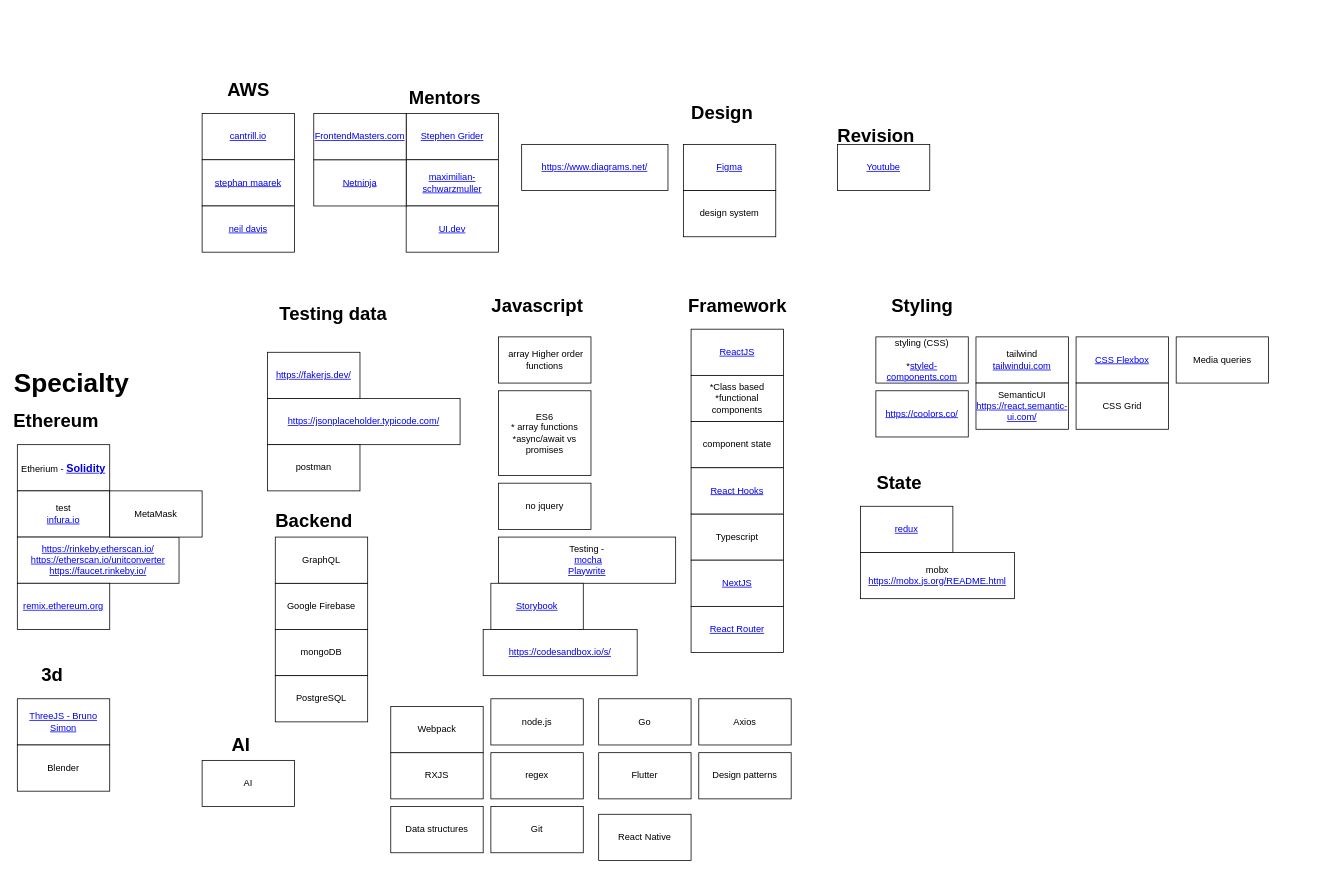
Before: techstack.drawio in swagfinger/swagfinger-diagrams, a draw.io diagram. Source tidied: cells renumbered, new cells numbered last; positions are measured from the earlier drawing's top-left corner, leaving out a move shared by most shapes. Both pictures are drawn from the tidied source at 77%, with x=0, y=0 at pixel (13, 75).
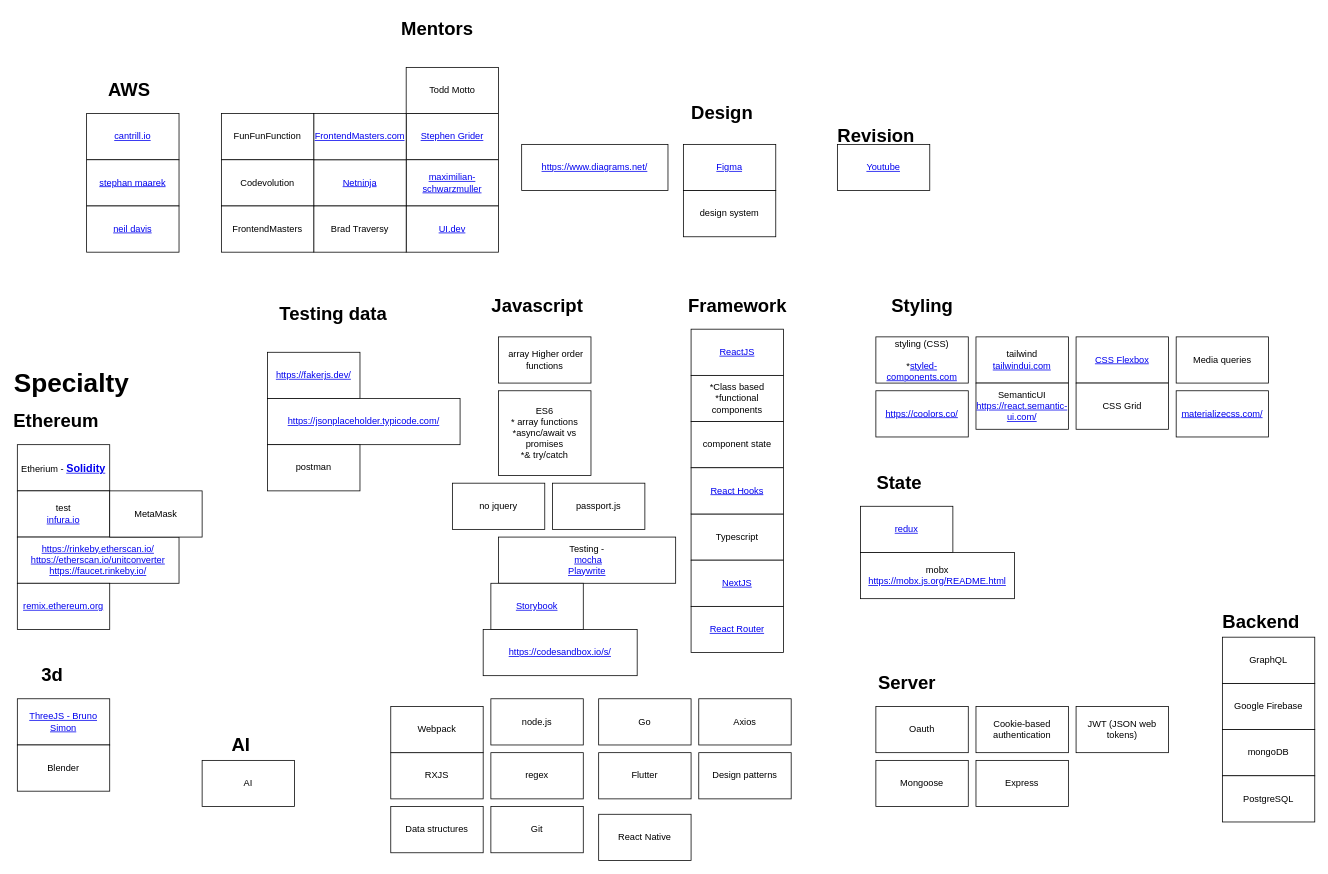
Above is the later version.

Change to the diagram source:
```diff
@@
-    <mxCell id="11" value="ES6&lt;br&gt;* array functions&lt;br&gt;*async/await vs promises" style="rounded=0;whiteSpace=wrap;html=1;" parent="1" vertex="1">
+    <mxCell id="11" value="ES6&lt;br&gt;* array functions&lt;br&gt;*async/await vs promises&lt;br&gt;*&amp;amp; try/catch" style="rounded=0;whiteSpace=wrap;html=1;" parent="1" vertex="1">
       <mxGeometry x="630" y="410" width="120" height="110" as="geometry" />
     </mxCell>
@@
     <mxCell id="18" value="no jquery" style="rounded=0;whiteSpace=wrap;html=1;" parent="1" vertex="1">
-      <mxGeometry x="630" y="530" width="120" height="60" as="geometry" />
+      <mxGeometry x="570" y="530" width="120" height="60" as="geometry" />
     </mxCell>
@@
     <mxCell id="32" value="AWS" style="text;strokeColor=none;fillColor=none;html=1;fontSize=24;fontStyle=1;verticalAlign=middle;align=center;" parent="1" vertex="1">
-      <mxGeometry x="255" width="100" height="40" as="geometry" />
+      <mxGeometry x="100" width="100" height="40" as="geometry" />
     </mxCell>
     <mxCell id="33" value="Google Firebase" style="rounded=0;whiteSpace=wrap;html=1;" parent="1" vertex="1">
-      <mxGeometry x="340" y="660" width="120" height="60" as="geometry" />
+      <mxGeometry x="1570" y="790" width="120" height="60" as="geometry" />
     </mxCell>
     <mxCell id="34" value="Backend" style="text;strokeColor=none;fillColor=none;html=1;fontSize=24;fontStyle=1;verticalAlign=middle;align=center;" parent="1" vertex="1">
-      <mxGeometry x="340" y="560" width="100" height="40" as="geometry" />
+      <mxGeometry x="1570" y="690" width="100" height="40" as="geometry" />
     </mxCell>
     <mxCell id="35" value="&lt;a href=&quot;cantrill.io&quot;&gt;cantrill.io&lt;/a&gt;" style="rounded=0;whiteSpace=wrap;html=1;" parent="1" vertex="1">
-      <mxGeometry x="245" y="50" width="120" height="60" as="geometry" />
+      <mxGeometry x="95" y="50" width="120" height="60" as="geometry" />
     </mxCell>
     <mxCell id="36" value="&lt;a href=&quot;https://www.udemy.com/user/stephane-maarek/&quot;&gt;stephan maarek&lt;/a&gt;" style="rounded=0;whiteSpace=wrap;html=1;" parent="1" vertex="1">
-      <mxGeometry x="245" y="110" width="120" height="60" as="geometry" />
+      <mxGeometry x="95" y="110" width="120" height="60" as="geometry" />
     </mxCell>
     <mxCell id="37" value="&lt;a href=&quot;https://www.udemy.com/user/63f4a578-c67a-456b-916c-ddadf73e9a26/&quot;&gt;neil davis&lt;/a&gt;" style="rounded=0;whiteSpace=wrap;html=1;" parent="1" vertex="1">
-      <mxGeometry x="245" y="170" width="120" height="60" as="geometry" />
+      <mxGeometry x="95" y="170" width="120" height="60" as="geometry" />
     </mxCell>
     <mxCell id="38" value="Mentors" style="text;strokeColor=none;fillColor=none;html=1;fontSize=24;fontStyle=1;verticalAlign=middle;align=center;" parent="1" vertex="1">
-      <mxGeometry x="510" y="10" width="100" height="40" as="geometry" />
+      <mxGeometry x="500" y="-80" width="100" height="40" as="geometry" />
     </mxCell>
@@
     <mxCell id="66" value="GraphQL" style="rounded=0;whiteSpace=wrap;html=1;fontSize=12;" parent="1" vertex="1">
-      <mxGeometry x="340" y="600" width="120" height="60" as="geometry" />
+      <mxGeometry x="1570" y="730" width="120" height="60" as="geometry" />
     </mxCell>
@@
     <mxCell id="71" value="mongoDB&lt;br&gt;" style="rounded=0;whiteSpace=wrap;html=1;fontSize=12;" parent="1" vertex="1">
-      <mxGeometry x="340" y="720" width="120" height="60" as="geometry" />
+      <mxGeometry x="1570" y="850" width="120" height="60" as="geometry" />
     </mxCell>
@@
     <mxCell id="73" value="PostgreSQL" style="rounded=0;whiteSpace=wrap;html=1;" parent="1" vertex="1">
-      <mxGeometry x="340" y="780" width="120" height="60" as="geometry" />
+      <mxGeometry x="1570" y="910" width="120" height="60" as="geometry" />
     </mxCell>
@@
+    <mxCell id="76" value="Brad&amp;nbsp;Traversy" style="rounded=0;whiteSpace=wrap;html=1;" parent="1" vertex="1">
+      <mxGeometry x="390" y="170" width="120" height="60" as="geometry" />
+    </mxCell>
+    <mxCell id="77" value="FunFunFunction" style="rounded=0;whiteSpace=wrap;html=1;" parent="1" vertex="1">
+      <mxGeometry x="270" y="50" width="120" height="60" as="geometry" />
+    </mxCell>
+    <mxCell id="78" value="Codevolution" style="rounded=0;whiteSpace=wrap;html=1;" parent="1" vertex="1">
+      <mxGeometry x="270" y="110" width="120" height="60" as="geometry" />
+    </mxCell>
+    <mxCell id="79" value="FrontendMasters" style="rounded=0;whiteSpace=wrap;html=1;" parent="1" vertex="1">
+      <mxGeometry x="270" y="170" width="120" height="60" as="geometry" />
+    </mxCell>
+    <mxCell id="80" value="Todd Motto" style="rounded=0;whiteSpace=wrap;html=1;" parent="1" vertex="1">
+      <mxGeometry x="510" y="-10" width="120" height="60" as="geometry" />
+    </mxCell>
+    <mxCell id="81" value="Server" style="text;strokeColor=none;fillColor=none;html=1;fontSize=24;fontStyle=1;verticalAlign=middle;align=center;" parent="1" vertex="1">
+      <mxGeometry x="1110" y="770" width="100" height="40" as="geometry" />
+    </mxCell>
+    <mxCell id="82" value="Oauth" style="rounded=0;whiteSpace=wrap;html=1;" parent="1" vertex="1">
+      <mxGeometry x="1120" y="820" width="120" height="60" as="geometry" />
+    </mxCell>
+    <mxCell id="83" value="Cookie-based authentication" style="rounded=0;whiteSpace=wrap;html=1;" parent="1" vertex="1">
+      <mxGeometry x="1250" y="820" width="120" height="60" as="geometry" />
+    </mxCell>
+    <mxCell id="84" value="passport.js" style="rounded=0;whiteSpace=wrap;html=1;" parent="1" vertex="1">
+      <mxGeometry x="700" y="530" width="120" height="60" as="geometry" />
+    </mxCell>
+    <mxCell id="85" value="JWT (JSON web tokens)" style="rounded=0;whiteSpace=wrap;html=1;" parent="1" vertex="1">
+      <mxGeometry x="1380" y="820" width="120" height="60" as="geometry" />
+    </mxCell>
+    <mxCell id="86" value="Mongoose" style="rounded=0;whiteSpace=wrap;html=1;" parent="1" vertex="1">
+      <mxGeometry x="1120" y="890" width="120" height="60" as="geometry" />
+    </mxCell>
+    <mxCell id="87" value="Express" style="rounded=0;whiteSpace=wrap;html=1;" parent="1" vertex="1">
+      <mxGeometry x="1250" y="890" width="120" height="60" as="geometry" />
+    </mxCell>
+    <mxCell id="88" value="&lt;a href=&quot;materializecss.com/&quot;&gt;materializecss.com/&lt;/a&gt;" style="rounded=0;whiteSpace=wrap;html=1;" parent="1" vertex="1">
+      <mxGeometry x="1510" y="410" width="120" height="60" as="geometry" />
+    </mxCell>
```
